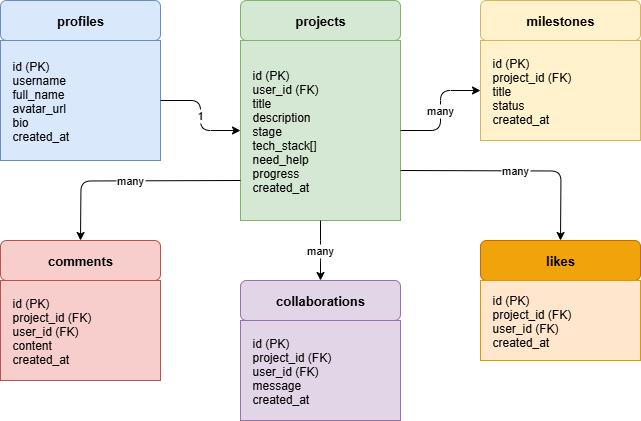
SkhumbuzoMkize/mzansibuilds keeps this draw.io diagram as docs/images/database-schema.png. Above is the earlier version. Source tidied: cells renumbered, new cells last; positions are measured from the earlier drawing's top-left corner, leaving out a move shared by most shapes. The source it was exported from:
```xml
<mxGraphModel>
  <root>
    <mxCell id="0" />
    <mxCell id="1" parent="0" />
    <mxCell id="2" value="profiles" style="rounded=1;fillColor=#dae8fc;strokeColor=#6c8ebf;fontStyle=1;fontSize=13;" parent="1" vertex="1">
      <mxGeometry width="160" height="40" as="geometry" />
    </mxCell>
    <mxCell id="3" value="id (PK)&#10;username&#10;full_name&#10;avatar_url&#10;bio&#10;created_at" style="rounded=0;fillColor=#dae8fc;strokeColor=#6c8ebf;align=left;spacingLeft=10;" parent="1" vertex="1">
      <mxGeometry y="40" width="160" height="120" as="geometry" />
    </mxCell>
    <mxCell id="4" value="projects" style="rounded=1;fillColor=#d5e8d4;strokeColor=#82b366;fontStyle=1;fontSize=13;" parent="1" vertex="1">
      <mxGeometry x="240" width="160" height="40" as="geometry" />
    </mxCell>
    <mxCell id="5" value="id (PK)&#10;user_id (FK)&#10;title&#10;description&#10;stage&#10;tech_stack[]&#10;need_help&#10;progress&#10;created_at" style="rounded=0;fillColor=#d5e8d4;strokeColor=#82b366;align=left;spacingLeft=10;" parent="1" vertex="1">
      <mxGeometry x="240" y="40" width="160" height="180" as="geometry" />
    </mxCell>
    <mxCell id="6" value="milestones" style="rounded=1;fillColor=#fff2cc;strokeColor=#d6b656;fontStyle=1;fontSize=13;" parent="1" vertex="1">
      <mxGeometry x="480" width="160" height="40" as="geometry" />
    </mxCell>
    <mxCell id="7" value="id (PK)&#10;project_id (FK)&#10;title&#10;status&#10;created_at" style="rounded=0;fillColor=#fff2cc;strokeColor=#d6b656;align=left;spacingLeft=10;" parent="1" vertex="1">
      <mxGeometry x="480" y="40" width="160" height="100" as="geometry" />
    </mxCell>
    <mxCell id="8" value="comments" style="rounded=1;fillColor=#f8cecc;strokeColor=#b85450;fontStyle=1;fontSize=13;" parent="1" vertex="1">
      <mxGeometry y="240" width="160" height="40" as="geometry" />
    </mxCell>
    <mxCell id="9" value="id (PK)&#10;project_id (FK)&#10;user_id (FK)&#10;content&#10;created_at" style="rounded=0;fillColor=#f8cecc;strokeColor=#b85450;align=left;spacingLeft=10;" parent="1" vertex="1">
      <mxGeometry y="280" width="160" height="100" as="geometry" />
    </mxCell>
    <mxCell id="10" value="collaborations" style="rounded=1;fillColor=#e1d5e7;strokeColor=#9673a6;fontStyle=1;fontSize=13;" parent="1" vertex="1">
      <mxGeometry x="240" y="280" width="160" height="40" as="geometry" />
    </mxCell>
    <mxCell id="11" value="id (PK)&#10;project_id (FK)&#10;user_id (FK)&#10;message&#10;created_at" style="rounded=0;fillColor=#e1d5e7;strokeColor=#9673a6;align=left;spacingLeft=10;" parent="1" vertex="1">
      <mxGeometry x="240" y="320" width="160" height="100" as="geometry" />
    </mxCell>
    <mxCell id="12" value="likes" style="rounded=1;fillColor=#f0a30a;fontColor=#000000;strokeColor=#BD7000;fontStyle=1;fontSize=13;" parent="1" vertex="1">
      <mxGeometry x="480" y="240" width="160" height="40" as="geometry" />
    </mxCell>
    <mxCell id="13" value="id (PK)&#10;project_id (FK)&#10;user_id (FK)&#10;created_at" style="rounded=0;fillColor=#ffe6cc;strokeColor=#d79b00;align=left;spacingLeft=10;" parent="1" vertex="1">
      <mxGeometry x="480" y="280" width="160" height="80" as="geometry" />
    </mxCell>
    <mxCell id="14" value="1" style="edgeStyle=orthogonalEdgeStyle;" parent="1" edge="1" source="3" target="5">
      <mxGeometry relative="1" as="geometry" />
    </mxCell>
    <mxCell id="15" value="many" style="edgeStyle=orthogonalEdgeStyle;" parent="1" edge="1" source="5" target="7">
      <mxGeometry relative="1" as="geometry" />
    </mxCell>
    <mxCell id="16" value="many" style="edgeStyle=orthogonalEdgeStyle;" parent="1" edge="1">
      <mxGeometry relative="1" as="geometry">
        <mxPoint x="240" y="180" as="sourcePoint" />
        <mxPoint x="80" y="240" as="targetPoint" />
      </mxGeometry>
    </mxCell>
    <mxCell id="17" value="many" style="edgeStyle=orthogonalEdgeStyle;" parent="1" edge="1" source="5">
      <mxGeometry relative="1" as="geometry">
        <mxPoint x="320" y="280" as="targetPoint" />
      </mxGeometry>
    </mxCell>
    <mxCell id="18" value="many" style="edgeStyle=orthogonalEdgeStyle;" parent="1" edge="1">
      <mxGeometry relative="1" as="geometry">
        <mxPoint x="400" y="170" as="sourcePoint" />
        <mxPoint x="560" y="240" as="targetPoint" />
      </mxGeometry>
    </mxCell>
  </root>
</mxGraphModel>
```
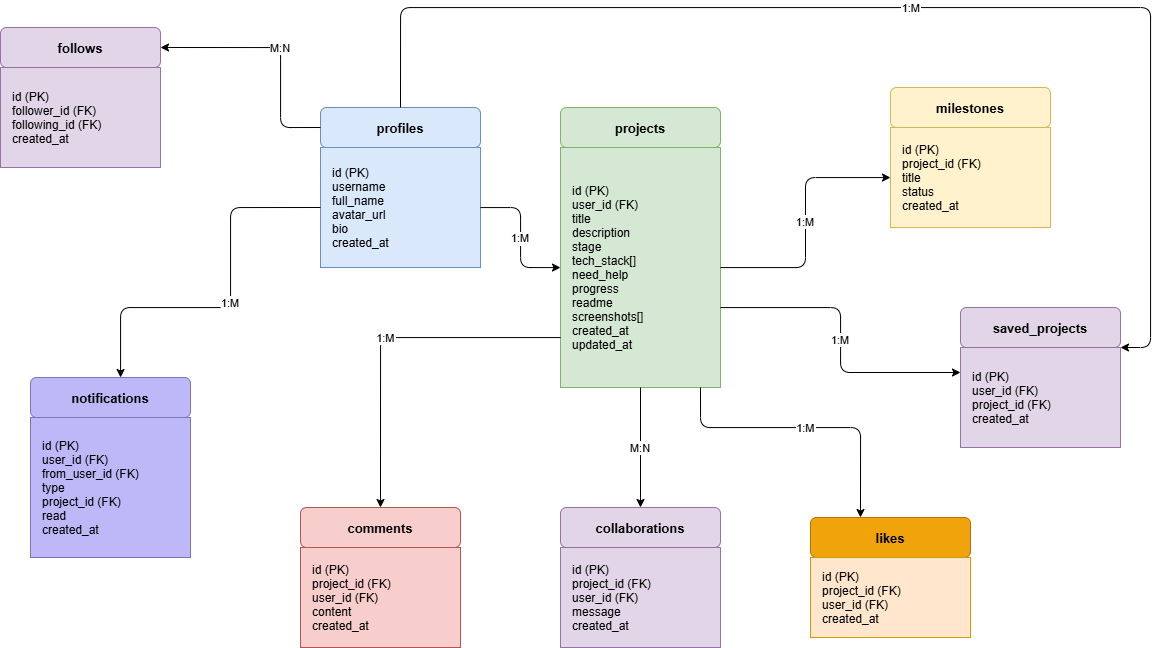
The same diagram one commit later.

Commit message:
docs: update database-schema diagram with improved features

What changed in the source:
```diff
@@ -1,65 +1,125 @@
-<mxGraphModel>
+<mxGraphModel background="#ffffff">
   <root>
     <mxCell id="0" />
     <mxCell id="1" parent="0" />
     <mxCell id="2" value="profiles" style="rounded=1;fillColor=#dae8fc;strokeColor=#6c8ebf;fontStyle=1;fontSize=13;" parent="1" vertex="1">
-      <mxGeometry width="160" height="40" as="geometry" />
+      <mxGeometry x="370" y="180" width="160" height="40" as="geometry" />
     </mxCell>
     <mxCell id="3" value="id (PK)&#10;username&#10;full_name&#10;avatar_url&#10;bio&#10;created_at" style="rounded=0;fillColor=#dae8fc;strokeColor=#6c8ebf;align=left;spacingLeft=10;" parent="1" vertex="1">
-      <mxGeometry y="40" width="160" height="120" as="geometry" />
+      <mxGeometry x="370" y="220" width="160" height="120" as="geometry" />
     </mxCell>
     <mxCell id="4" value="projects" style="rounded=1;fillColor=#d5e8d4;strokeColor=#82b366;fontStyle=1;fontSize=13;" parent="1" vertex="1">
-      <mxGeometry x="240" width="160" height="40" as="geometry" />
+      <mxGeometry x="610" y="180" width="160" height="40" as="geometry" />
     </mxCell>
-    <mxCell id="5" value="id (PK)&#10;user_id (FK)&#10;title&#10;description&#10;stage&#10;tech_stack[]&#10;need_help&#10;progress&#10;created_at" style="rounded=0;fillColor=#d5e8d4;strokeColor=#82b366;align=left;spacingLeft=10;" parent="1" vertex="1">
-      <mxGeometry x="240" y="40" width="160" height="180" as="geometry" />
+    <mxCell id="5" value="id (PK)&#10;user_id (FK)&#10;title&#10;description&#10;stage&#10;tech_stack[]&#10;need_help&#10;progress&#10;readme&#10;screenshots[]&#10;created_at&#10;updated_at" style="rounded=0;fillColor=#d5e8d4;strokeColor=#82b366;align=left;spacingLeft=10;" parent="1" vertex="1">
+      <mxGeometry x="610" y="220" width="160" height="240" as="geometry" />
     </mxCell>
     <mxCell id="6" value="milestones" style="rounded=1;fillColor=#fff2cc;strokeColor=#d6b656;fontStyle=1;fontSize=13;" parent="1" vertex="1">
-      <mxGeometry x="480" width="160" height="40" as="geometry" />
+      <mxGeometry x="940" y="160" width="160" height="40" as="geometry" />
     </mxCell>
     <mxCell id="7" value="id (PK)&#10;project_id (FK)&#10;title&#10;status&#10;created_at" style="rounded=0;fillColor=#fff2cc;strokeColor=#d6b656;align=left;spacingLeft=10;" parent="1" vertex="1">
-      <mxGeometry x="480" y="40" width="160" height="100" as="geometry" />
+      <mxGeometry x="940" y="200" width="160" height="100" as="geometry" />
     </mxCell>
     <mxCell id="8" value="comments" style="rounded=1;fillColor=#f8cecc;strokeColor=#b85450;fontStyle=1;fontSize=13;" parent="1" vertex="1">
-      <mxGeometry y="240" width="160" height="40" as="geometry" />
+      <mxGeometry x="350" y="580" width="160" height="40" as="geometry" />
     </mxCell>
     <mxCell id="9" value="id (PK)&#10;project_id (FK)&#10;user_id (FK)&#10;content&#10;created_at" style="rounded=0;fillColor=#f8cecc;strokeColor=#b85450;align=left;spacingLeft=10;" parent="1" vertex="1">
-      <mxGeometry y="280" width="160" height="100" as="geometry" />
+      <mxGeometry x="350" y="620" width="160" height="100" as="geometry" />
     </mxCell>
     <mxCell id="10" value="collaborations" style="rounded=1;fillColor=#e1d5e7;strokeColor=#9673a6;fontStyle=1;fontSize=13;" parent="1" vertex="1">
-      <mxGeometry x="240" y="280" width="160" height="40" as="geometry" />
+      <mxGeometry x="610" y="580" width="160" height="40" as="geometry" />
     </mxCell>
     <mxCell id="11" value="id (PK)&#10;project_id (FK)&#10;user_id (FK)&#10;message&#10;created_at" style="rounded=0;fillColor=#e1d5e7;strokeColor=#9673a6;align=left;spacingLeft=10;" parent="1" vertex="1">
-      <mxGeometry x="240" y="320" width="160" height="100" as="geometry" />
+      <mxGeometry x="610" y="620" width="160" height="100" as="geometry" />
     </mxCell>
     <mxCell id="12" value="likes" style="rounded=1;fillColor=#f0a30a;fontColor=#000000;strokeColor=#BD7000;fontStyle=1;fontSize=13;" parent="1" vertex="1">
-      <mxGeometry x="480" y="240" width="160" height="40" as="geometry" />
+      <mxGeometry x="860" y="590" width="160" height="40" as="geometry" />
     </mxCell>
     <mxCell id="13" value="id (PK)&#10;project_id (FK)&#10;user_id (FK)&#10;created_at" style="rounded=0;fillColor=#ffe6cc;strokeColor=#d79b00;align=left;spacingLeft=10;" parent="1" vertex="1">
-      <mxGeometry x="480" y="280" width="160" height="80" as="geometry" />
+      <mxGeometry x="860" y="630" width="160" height="80" as="geometry" />
     </mxCell>
+    <mxCell id="19" value="id (PK)&#10;user_id (FK)&#10;from_user_id (FK)&#10;type&#10;project_id (FK)&#10;read&#10;created_at" style="rounded=0;fillColor=#BEB8F8;strokeColor=#7877B8;align=left;spacingLeft=10;" parent="1" vertex="1">
+      <mxGeometry x="80" y="490" width="160" height="140" as="geometry" />
+    </mxCell>
-    <mxCell id="14" value="1" style="edgeStyle=orthogonalEdgeStyle;" parent="1" edge="1" source="3" target="5">
+    <mxCell id="14" value="1:M" style="edgeStyle=orthogonalEdgeStyle;" parent="1" edge="1" source="3" target="5">
       <mxGeometry relative="1" as="geometry" />
     </mxCell>
-    <mxCell id="15" value="many" style="edgeStyle=orthogonalEdgeStyle;" parent="1" edge="1" source="5" target="7">
+    <mxCell id="15" value="1:M" style="edgeStyle=orthogonalEdgeStyle;" parent="1" edge="1" source="5" target="7">
       <mxGeometry relative="1" as="geometry" />
     </mxCell>
-    <mxCell id="16" value="many" style="edgeStyle=orthogonalEdgeStyle;" parent="1" edge="1">
-      <mxGeometry relative="1" as="geometry">
-        <mxPoint x="240" y="180" as="sourcePoint" />
-        <mxPoint x="80" y="240" as="targetPoint" />
-      </mxGeometry>
-    </mxCell>
-    <mxCell id="17" value="many" style="edgeStyle=orthogonalEdgeStyle;" parent="1" edge="1" source="5">
-      <mxGeometry relative="1" as="geometry">
-        <mxPoint x="320" y="280" as="targetPoint" />
-      </mxGeometry>
-    </mxCell>
-    <mxCell id="18" value="many" style="edgeStyle=orthogonalEdgeStyle;" parent="1" edge="1">
-      <mxGeometry relative="1" as="geometry">
-        <mxPoint x="400" y="170" as="sourcePoint" />
-        <mxPoint x="560" y="240" as="targetPoint" />
-      </mxGeometry>
-    </mxCell>
+    <mxCell id="20" value="1:M" style="edgeStyle=orthogonalEdgeStyle;" parent="1" edge="1" source="5">
+      <mxGeometry relative="1" as="geometry">
+        <mxPoint x="430" y="580" as="targetPoint" />
+        <Array as="points">
+          <mxPoint x="430" y="410" />
+        </Array>
+      </mxGeometry>
+    </mxCell>
+    <mxCell id="21" value="M:N" style="edgeStyle=orthogonalEdgeStyle;" parent="1" edge="1" source="5">
+      <mxGeometry relative="1" as="geometry">
+        <mxPoint x="690" y="580" as="targetPoint" />
+      </mxGeometry>
+    </mxCell>
+    <mxCell id="22" value="1:M" style="edgeStyle=orthogonalEdgeStyle;" parent="1" edge="1">
+      <mxGeometry relative="1" as="geometry">
+        <mxPoint x="750" y="460" as="sourcePoint" />
+        <mxPoint x="910" y="590" as="targetPoint" />
+        <Array as="points">
+          <mxPoint x="750" y="500" />
+          <mxPoint x="910" y="500" />
+        </Array>
+      </mxGeometry>
+    </mxCell>
+    <mxCell id="23" value="M:N" style="edgeStyle=orthogonalEdgeStyle;entryX=1;entryY=0.5;entryDx=0;entryDy=0;" parent="1" edge="1" target="30">
+      <mxGeometry relative="1" as="geometry">
+        <mxPoint x="370" y="200" as="sourcePoint" />
+        <Array as="points">
+          <mxPoint x="370" y="200" />
+          <mxPoint x="330" y="200" />
+          <mxPoint x="330" y="120" />
+        </Array>
+      </mxGeometry>
+    </mxCell>
+    <mxCell id="24" value="1:M" style="edgeStyle=orthogonalEdgeStyle;entryX=0;entryY=0.25;entryDx=0;entryDy=0;" parent="1" edge="1" source="5" target="27">
+      <mxGeometry relative="1" as="geometry">
+        <Array as="points">
+          <mxPoint x="890" y="380" />
+          <mxPoint x="890" y="445" />
+        </Array>
+      </mxGeometry>
+    </mxCell>
+    <mxCell id="25" value="1:M" style="edgeStyle=orthogonalEdgeStyle;exitX=0;exitY=0.5;exitDx=0;exitDy=0;" parent="1" edge="1" source="3" target="26">
+      <mxGeometry relative="1" as="geometry">
+        <Array as="points">
+          <mxPoint x="280" y="280" />
+          <mxPoint x="280" y="380" />
+          <mxPoint x="170" y="380" />
+        </Array>
+      </mxGeometry>
+    </mxCell>
+    <mxCell id="26" value="notifications" style="rounded=1;fillColor=#BEB8F8;strokeColor=#7877B8;fontStyle=1;fontSize=13;" parent="1" vertex="1">
+      <mxGeometry x="80" y="450" width="160" height="40" as="geometry" />
+    </mxCell>
+    <mxCell id="27" value="id (PK)&#10;user_id (FK)&#10;project_id (FK)&#10;created_at" style="rounded=0;fillColor=#e1d5e7;strokeColor=#9673a6;align=left;spacingLeft=10;" parent="1" vertex="1">
+      <mxGeometry x="1010" y="420" width="160" height="100" as="geometry" />
+    </mxCell>
+    <mxCell id="28" value="saved_projects" style="rounded=1;fillColor=#e1d5e7;strokeColor=#9673a6;fontStyle=1;fontSize=13;" parent="1" vertex="1">
+      <mxGeometry x="1010" y="380" width="160" height="40" as="geometry" />
+    </mxCell>
+    <mxCell id="29" value="id (PK)&#10;follower_id (FK)&#10;following_id (FK)&#10;created_at" style="rounded=0;fillColor=#e1d5e7;strokeColor=#9673a6;align=left;spacingLeft=10;" parent="1" vertex="1">
+      <mxGeometry x="50" y="140" width="160" height="100" as="geometry" />
+    </mxCell>
+    <mxCell id="30" value="follows" style="rounded=1;fillColor=#e1d5e7;strokeColor=#9673a6;fontStyle=1;fontSize=13;" parent="1" vertex="1">
+      <mxGeometry x="50" y="100" width="160" height="40" as="geometry" />
+    </mxCell>
+    <mxCell id="31" value="1:M" style="edgeStyle=orthogonalEdgeStyle;exitX=0.5;exitY=0;exitDx=0;exitDy=0;entryX=1;entryY=1;entryDx=0;entryDy=0;" parent="1" edge="1" source="2" target="28">
+      <mxGeometry relative="1" as="geometry">
+        <Array as="points">
+          <mxPoint x="450" y="80" />
+          <mxPoint x="1200" y="80" />
+          <mxPoint x="1200" y="420" />
+        </Array>
+      </mxGeometry>
+    </mxCell>
   </root>
 </mxGraphModel>
```
